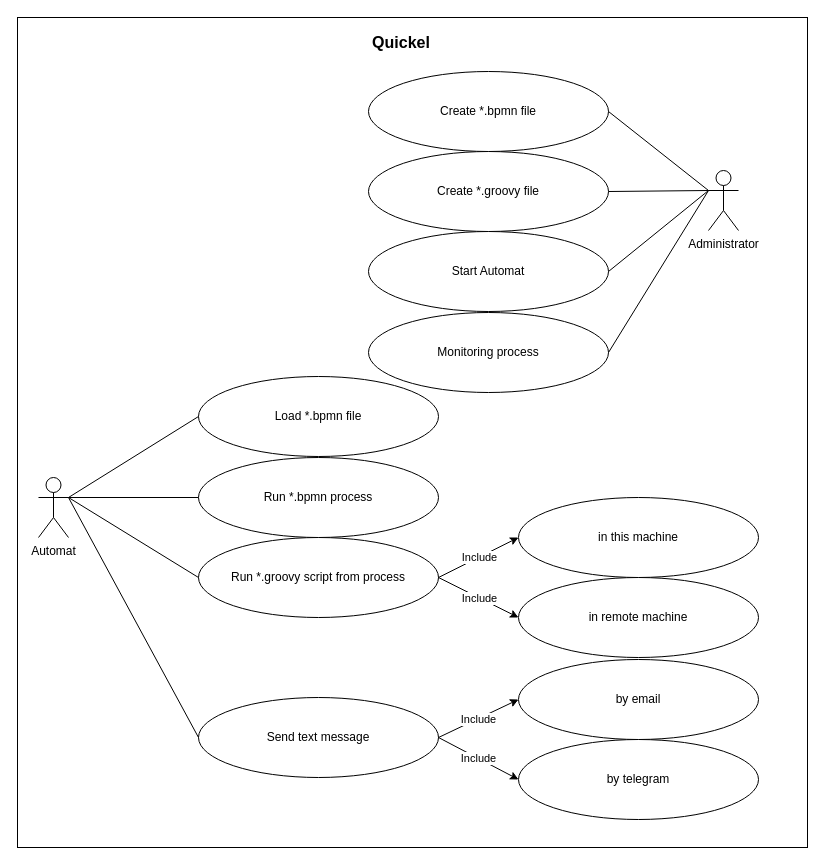
arefulongit/Quickel keeps this draw.io diagram as diagram/UseCase.drawio. Above is the earlier version. Source tidied: cells renumbered, new cells numbered last; positions are measured from the earlier drawing's top-left corner, leaving out a move shared by most shapes. Both pictures are drawn from the tidied source at 100%, with x=0, y=0 at pixel (17, 17).
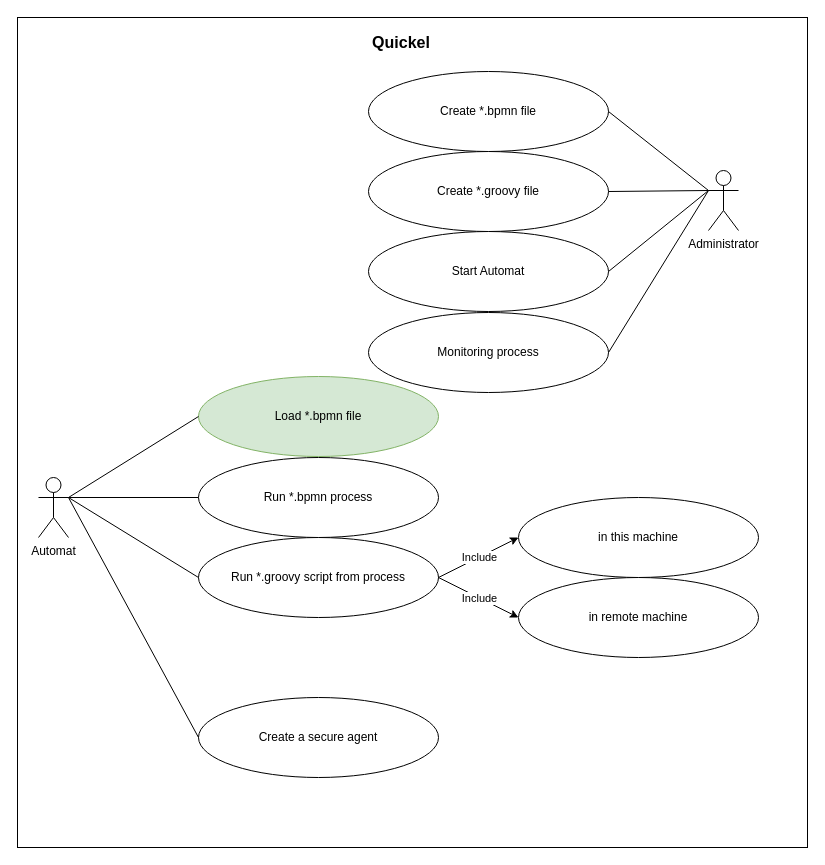
The same diagram, later.

The edit, as a diff of the source:
```diff
@@
-    <mxCell id="4" value="Load *.bpmn file" style="ellipse;whiteSpace=wrap;html=1;" parent="1" vertex="1">
+    <mxCell id="4" value="Load *.bpmn file" style="ellipse;whiteSpace=wrap;html=1;fillColor=#d5e8d4;strokeColor=#82b366;" parent="1" vertex="1">
       <mxGeometry x="181" y="359" width="240" height="80" as="geometry" />
     </mxCell>
@@
-    <mxCell id="16" value="Send text message" style="ellipse;whiteSpace=wrap;html=1;" parent="1" vertex="1">
+    <mxCell id="16" value="Create а secure agent" style="ellipse;whiteSpace=wrap;html=1;" parent="1" vertex="1">
       <mxGeometry x="181" y="680" width="240" height="80" as="geometry" />
     </mxCell>
@@
-    <mxCell id="18" value="by email" style="ellipse;whiteSpace=wrap;html=1;" parent="1" vertex="1">
-      <mxGeometry x="501" y="642" width="240" height="80" as="geometry" />
-    </mxCell>
-    <mxCell id="19" style="endArrow=classic;html=1;exitX=1;exitY=0.5;exitDx=0;exitDy=0;entryX=0;entryY=0.5;entryDx=0;entryDy=0;" parent="1" edge="1" source="16" target="18">
-      <mxGeometry relative="1" as="geometry" />
-    </mxCell>
-    <mxCell id="20" value="Include" style="edgeLabel;html=1;align=center;verticalAlign=middle;" parent="19" vertex="1">
-      <mxGeometry relative="1" as="geometry" />
-    </mxCell>
-    <mxCell id="21" style="endArrow=classic;html=1;exitX=1;exitY=0.5;exitDx=0;exitDy=0;entryX=0;entryY=0.5;entryDx=0;entryDy=0;" parent="1" edge="1" source="16" target="23">
-      <mxGeometry relative="1" as="geometry" />
-    </mxCell>
-    <mxCell id="22" value="Include" style="edgeLabel;html=1;align=center;verticalAlign=middle;" parent="21" vertex="1">
-      <mxGeometry relative="1" as="geometry" />
-    </mxCell>
-    <mxCell id="23" value="by telegram" style="ellipse;whiteSpace=wrap;html=1;" parent="1" vertex="1">
-      <mxGeometry x="501" y="722" width="240" height="80" as="geometry" />
-    </mxCell>
```
